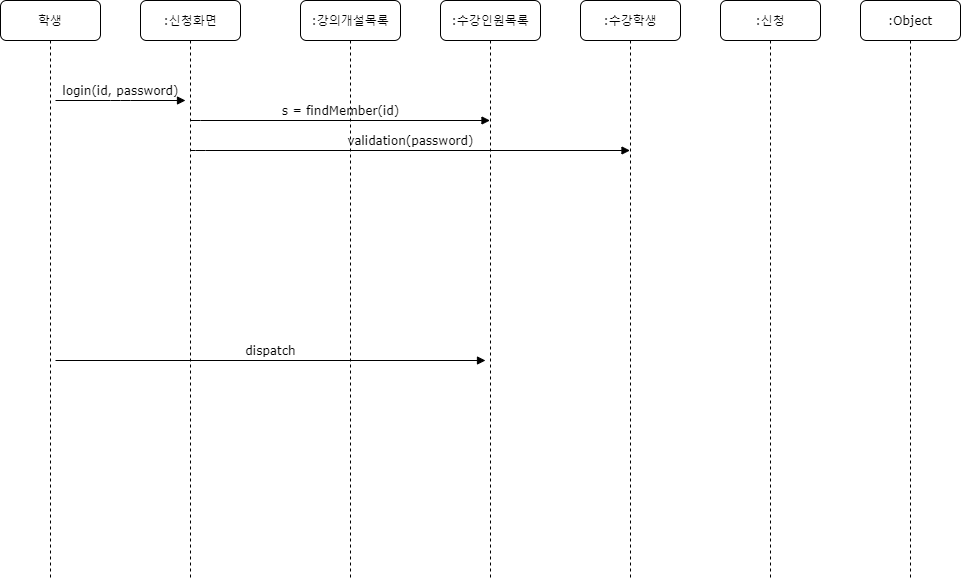
The draw.io diagram Untitled Diagram.png in Honeydews/git-training, before a commit. Source tidied: cells renumbered, new cells last; positions are measured from the earlier drawing's top-left corner, leaving out a move shared by most shapes.
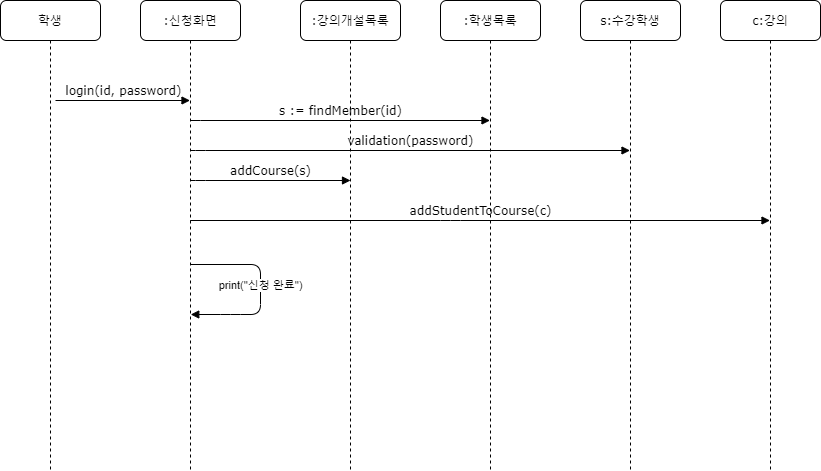
Later version of the same file.

What changed in the source:
```diff
@@ -3,25 +3,22 @@
     <mxCell id="0" />
     <mxCell id="1" parent="0" />
     <mxCell id="2" value=":신청화면" style="shape=umlLifeline;perimeter=lifelinePerimeter;whiteSpace=wrap;html=1;outlineConnect=0;rounded=1;shadow=0;comic=0;labelBackgroundColor=none;strokeWidth=1;fontFamily=Verdana;fontSize=12;align=center;" parent="1" vertex="1">
-      <mxGeometry x="140" width="100" height="580" as="geometry" />
+      <mxGeometry x="140" width="100" height="470" as="geometry" />
     </mxCell>
     <mxCell id="3" value=":강의개설목록" style="shape=umlLifeline;perimeter=lifelinePerimeter;whiteSpace=wrap;html=1;rounded=1;shadow=0;comic=0;labelBackgroundColor=none;strokeWidth=1;fontFamily=Verdana;fontSize=12;align=center;" parent="1" vertex="1">
-      <mxGeometry x="300" width="100" height="580" as="geometry" />
+      <mxGeometry x="300" width="100" height="470" as="geometry" />
     </mxCell>
-    <mxCell id="4" value=":수강인원목록" style="shape=umlLifeline;perimeter=lifelinePerimeter;whiteSpace=wrap;html=1;outlineConnect=0;rounded=1;shadow=0;comic=0;labelBackgroundColor=none;strokeWidth=1;fontFamily=Verdana;fontSize=12;align=center;" parent="1" vertex="1">
-      <mxGeometry x="440" width="100" height="580" as="geometry" />
+    <mxCell id="4" value=":학생목록" style="shape=umlLifeline;perimeter=lifelinePerimeter;whiteSpace=wrap;html=1;outlineConnect=0;rounded=1;shadow=0;comic=0;labelBackgroundColor=none;strokeWidth=1;fontFamily=Verdana;fontSize=12;align=center;" parent="1" vertex="1">
+      <mxGeometry x="440" width="100" height="470" as="geometry" />
     </mxCell>
-    <mxCell id="5" value=":수강학생" style="shape=umlLifeline;perimeter=lifelinePerimeter;whiteSpace=wrap;html=1;outlineConnect=0;rounded=1;shadow=0;comic=0;labelBackgroundColor=none;strokeWidth=1;fontFamily=Verdana;fontSize=12;align=center;" parent="1" vertex="1">
-      <mxGeometry x="580" width="100" height="580" as="geometry" />
+    <mxCell id="5" value="s:수강학생" style="shape=umlLifeline;perimeter=lifelinePerimeter;whiteSpace=wrap;html=1;outlineConnect=0;rounded=1;shadow=0;comic=0;labelBackgroundColor=none;strokeWidth=1;fontFamily=Verdana;fontSize=12;align=center;" parent="1" vertex="1">
+      <mxGeometry x="580" width="100" height="470" as="geometry" />
     </mxCell>
-    <mxCell id="6" value=":신청" style="shape=umlLifeline;perimeter=lifelinePerimeter;whiteSpace=wrap;html=1;outlineConnect=0;rounded=1;shadow=0;comic=0;labelBackgroundColor=none;strokeWidth=1;fontFamily=Verdana;fontSize=12;align=center;" parent="1" vertex="1">
-      <mxGeometry x="720" width="100" height="580" as="geometry" />
+    <mxCell id="6" value="c:강의" style="shape=umlLifeline;perimeter=lifelinePerimeter;whiteSpace=wrap;html=1;outlineConnect=0;rounded=1;shadow=0;comic=0;labelBackgroundColor=none;strokeWidth=1;fontFamily=Verdana;fontSize=12;align=center;" parent="1" vertex="1">
+      <mxGeometry x="720" width="100" height="470" as="geometry" />
     </mxCell>
-    <mxCell id="7" value=":Object" style="shape=umlLifeline;perimeter=lifelinePerimeter;whiteSpace=wrap;html=1;rounded=1;shadow=0;comic=0;labelBackgroundColor=none;strokeWidth=1;fontFamily=Verdana;fontSize=12;align=center;" parent="1" vertex="1">
-      <mxGeometry x="860" width="100" height="580" as="geometry" />
-    </mxCell>
     <mxCell id="8" value="학생" style="shape=umlLifeline;perimeter=lifelinePerimeter;whiteSpace=wrap;html=1;rounded=1;shadow=0;comic=0;labelBackgroundColor=none;strokeWidth=1;fontFamily=Verdana;fontSize=12;align=center;" parent="1" vertex="1">
-      <mxGeometry width="100" height="580" as="geometry" />
+      <mxGeometry width="100" height="470" as="geometry" />
     </mxCell>
     <mxCell id="9" value="validation(password)" style="html=1;verticalAlign=bottom;endArrow=block;labelBackgroundColor=none;fontFamily=Verdana;fontSize=12;edgeStyle=elbowEdgeStyle;elbow=vertical;" parent="1" edge="1" target="5">
       <mxGeometry relative="1" as="geometry">
@@ -31,22 +28,43 @@
         </Array>
       </mxGeometry>
     </mxCell>
-    <mxCell id="10" value="dispatch" style="html=1;verticalAlign=bottom;endArrow=block;entryX=0;entryY=0;labelBackgroundColor=none;fontFamily=Verdana;fontSize=12;" parent="1" edge="1">
-      <mxGeometry relative="1" as="geometry">
-        <mxPoint x="55" y="360" as="sourcePoint" />
-        <mxPoint x="485" y="360" as="targetPoint" />
-      </mxGeometry>
-    </mxCell>
-    <mxCell id="11" value="login(id, password)" style="html=1;verticalAlign=bottom;endArrow=block;entryX=0;entryY=0;labelBackgroundColor=none;fontFamily=Verdana;fontSize=12;edgeStyle=elbowEdgeStyle;elbow=vertical;" parent="1" edge="1">
+    <mxCell id="11" value="login(id, password)" style="html=1;verticalAlign=bottom;endArrow=block;labelBackgroundColor=none;fontFamily=Verdana;fontSize=12;edgeStyle=elbowEdgeStyle;elbow=vertical;" parent="1" edge="1" target="2">
       <mxGeometry relative="1" as="geometry">
         <mxPoint x="55" y="100" as="sourcePoint" />
-        <mxPoint x="185" y="100" as="targetPoint" />
       </mxGeometry>
     </mxCell>
-    <mxCell id="12" value="s = findMember(id)" style="html=1;verticalAlign=bottom;endArrow=block;labelBackgroundColor=none;fontFamily=Verdana;fontSize=12;edgeStyle=elbowEdgeStyle;elbow=vertical;" parent="1" edge="1" target="4">
+    <mxCell id="12" value="s := findMember(id)" style="html=1;verticalAlign=bottom;endArrow=block;labelBackgroundColor=none;fontFamily=Verdana;fontSize=12;edgeStyle=elbowEdgeStyle;elbow=vertical;" parent="1" edge="1" target="4">
       <mxGeometry relative="1" as="geometry">
         <mxPoint x="190" y="120.1" as="sourcePoint" />
       </mxGeometry>
     </mxCell>
+    <mxCell id="13" value="addCourse(s)" style="html=1;verticalAlign=bottom;endArrow=block;labelBackgroundColor=none;fontFamily=Verdana;fontSize=12;edgeStyle=elbowEdgeStyle;elbow=vertical;" parent="1" edge="1">
+      <mxGeometry relative="1" as="geometry">
+        <mxPoint x="190" y="180" as="sourcePoint" />
+        <mxPoint x="350" y="180" as="targetPoint" />
+        <Array as="points">
+          <mxPoint x="195" y="180" />
+        </Array>
+      </mxGeometry>
+    </mxCell>
+    <mxCell id="14" value="addStudentToCourse(c)" style="html=1;verticalAlign=bottom;endArrow=block;labelBackgroundColor=none;fontFamily=Verdana;fontSize=12;edgeStyle=elbowEdgeStyle;elbow=vertical;" parent="1" edge="1" source="2" target="6">
+      <mxGeometry relative="1" as="geometry">
+        <Array as="points">
+          <mxPoint x="450" y="220" />
+          <mxPoint x="190" y="200" />
+        </Array>
+      </mxGeometry>
+    </mxCell>
+    <mxCell id="15" value="print(&quot;신청 완료&quot;)" style="html=1;verticalAlign=bottom;endArrow=block;" parent="1" edge="1">
+      <mxGeometry x="0.05" relative="1" as="geometry">
+        <mxPoint x="190" y="264" as="sourcePoint" />
+        <mxPoint x="190.3" y="314" as="targetPoint" />
+        <Array as="points">
+          <mxPoint x="260" y="264" />
+          <mxPoint x="260" y="314" />
+          <mxPoint x="230" y="314" />
+        </Array>
+      </mxGeometry>
+    </mxCell>
   </root>
 </mxGraphModel>
```
